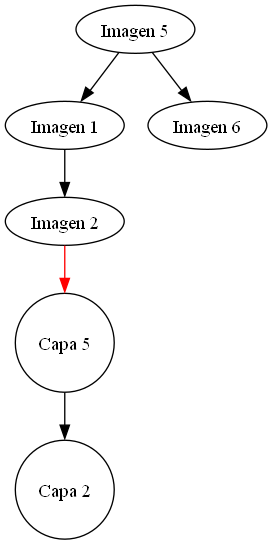
The Graphviz diagram img/arbolAVL_BB.png in C-FernandoSazo/EDD_PROYECTOF2_202202906, before a commit. Its source is kept beside it as dot/arbolAVL_BB.dot. Source of this version:
```dot
 digraph ALV_BB {
5[label="Imagen 5"]
           5  ->            1
1[label="Imagen 1"]
           1  ->            2
2[label="Imagen 2"]
 subgraph capas {
 node [shape=circle];
"Capa5" [label="Capa 5"]
"Capa5" -> "Capa2"
"Capa2" [label="Capa 2"]
 }
2 -> "Capa5" [color=red];
           5  ->            6
6[label="Imagen 6"]
 }
```
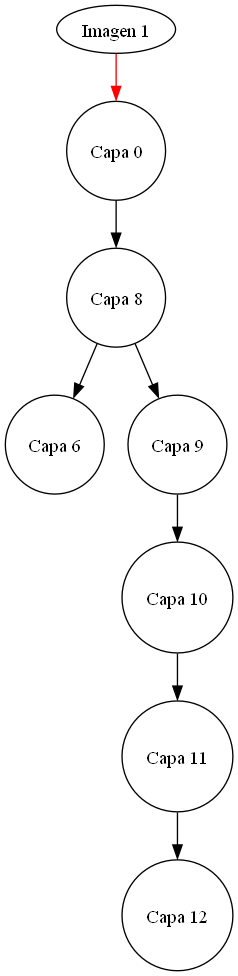
The same diagram one commit later.

The edit, as a diff of the source:
```diff
@@ -1,16 +1,20 @@
  digraph ALV_BB {
-5[label="Imagen 5"]
-           5  ->            1
 1[label="Imagen 1"]
-           1  ->            2
-2[label="Imagen 2"]
  subgraph capas {
  node [shape=circle];
-"Capa5" [label="Capa 5"]
-"Capa5" -> "Capa2"
-"Capa2" [label="Capa 2"]
+"Capa0" [label="Capa 0"]
+"Capa0" -> "Capa8"
+"Capa8" [label="Capa 8"]
+"Capa8" -> "Capa6"
+"Capa6" [label="Capa 6"]
+"Capa8" -> "Capa9"
+"Capa9" [label="Capa 9"]
+"Capa9" -> "Capa10"
+"Capa10" [label="Capa 10"]
+"Capa10" -> "Capa11"
+"Capa11" [label="Capa 11"]
+"Capa11" -> "Capa12"
+"Capa12" [label="Capa 12"]
  }
-2 -> "Capa5" [color=red];
-           5  ->            6
-6[label="Imagen 6"]
+1 -> "Capa0" [color=red];
  }
```
